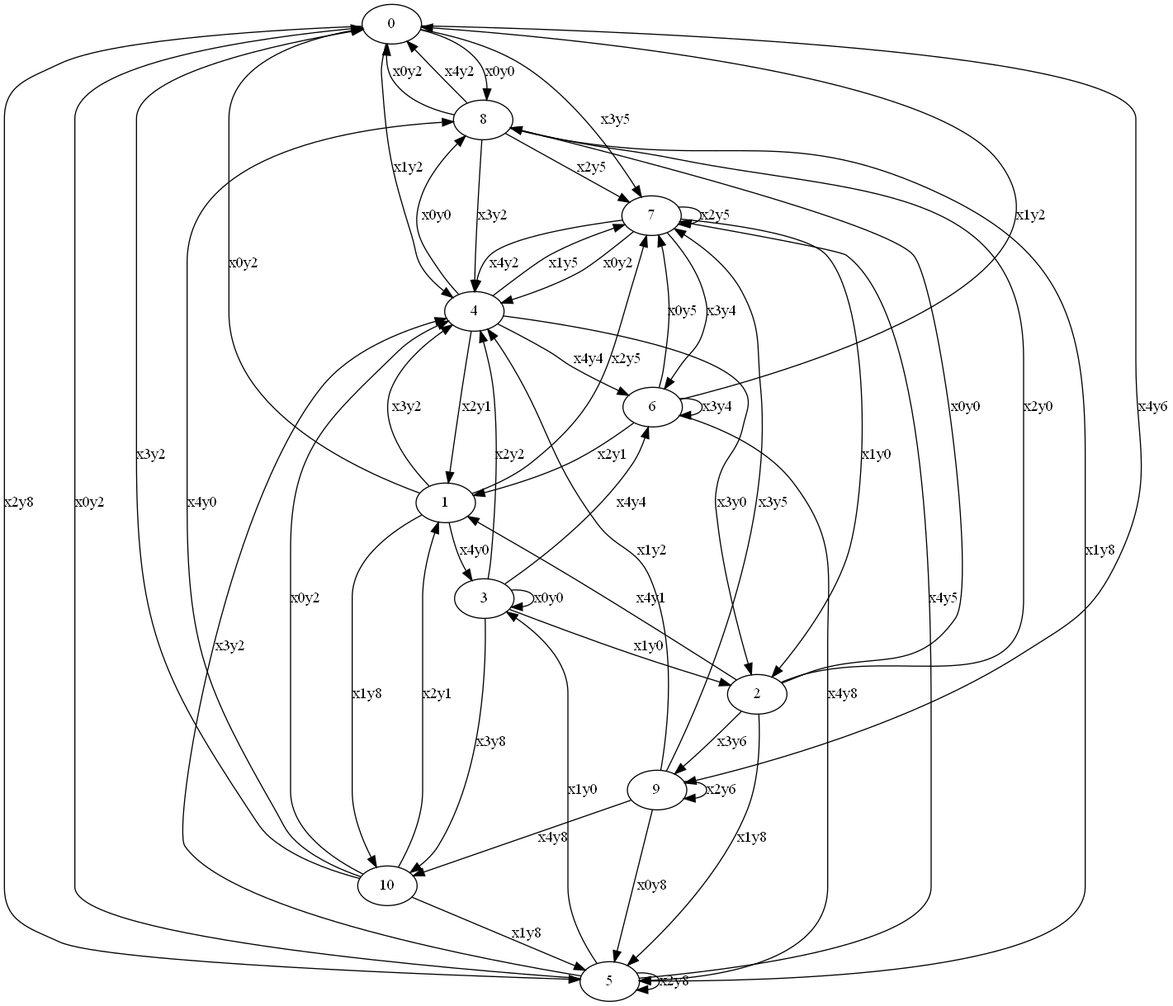
This is transfer/graph.png from waslost0/tafl, a Graphviz export, as it was before one commit. Its source is kept beside it as transfer/graph.dot.
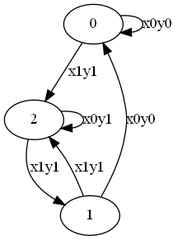
After the commit.

Commit message:
delete draw graph

The edit, as a diff of the source:
```diff
@@ -1,57 +1,26 @@
 digraph {
-	0 -> 8[label=x0y0];
+	0 -> 9[label=x0y2];
 	0 -> 4[label=x1y2];
-	0 -> 5[label=x2y8];
-	0 -> 7[label=x3y5];
-	0 -> 9[label=x4y6];
-	1 -> 0[label=x0y2];
-	1 -> 10[label=x1y8];
-	1 -> 7[label=x2y5];
-	1 -> 4[label=x3y2];
-	1 -> 3[label=x4y0];
-	2 -> 8[label=x0y0];
-	2 -> 5[label=x1y8];
-	2 -> 8[label=x2y0];
-	2 -> 9[label=x3y6];
-	2 -> 1[label=x4y1];
-	3 -> 3[label=x0y0];
-	3 -> 2[label=x1y0];
-	3 -> 4[label=x2y2];
-	3 -> 10[label=x3y8];
-	3 -> 6[label=x4y4];
-	4 -> 8[label=x0y0];
-	4 -> 7[label=x1y5];
-	4 -> 1[label=x2y1];
-	4 -> 2[label=x3y0];
-	4 -> 6[label=x4y4];
-	5 -> 0[label=x0y2];
-	5 -> 3[label=x1y0];
-	5 -> 5[label=x2y8];
-	5 -> 4[label=x3y2];
-	5 -> 7[label=x4y5];
-	6 -> 7[label=x0y5];
-	6 -> 0[label=x1y2];
-	6 -> 1[label=x2y1];
-	6 -> 6[label=x3y4];
-	6 -> 5[label=x4y8];
-	7 -> 4[label=x0y2];
-	7 -> 2[label=x1y0];
-	7 -> 7[label=x2y5];
-	7 -> 6[label=x3y4];
-	7 -> 4[label=x4y2];
-	8 -> 0[label=x0y2];
-	8 -> 5[label=x1y8];
-	8 -> 7[label=x2y5];
-	8 -> 4[label=x3y2];
-	8 -> 0[label=x4y2];
-	9 -> 5[label=x0y8];
-	9 -> 4[label=x1y2];
-	9 -> 9[label=x2y6];
-	9 -> 7[label=x3y5];
-	9 -> 10[label=x4y8];
+	1 -> 11[label=x0y1];
+	1 -> 6[label=x1y2];
+	2 -> 4[label=x0y2];
+	2 -> 5[label=x1y2];
+	3 -> 6[label=x0y2];
+	3 -> 10[label=x1y2];
+	4 -> 2[label=x0y0];
+	4 -> 8[label=x1y2];
+	5 -> 6[label=x0y2];
+	5 -> 10[label=x1y2];
+	6 -> 2[label=x0y0];
+	6 -> 5[label=x1y2];
+	7 -> 9[label=x0y2];
+	7 -> 3[label=x1y2];
+	8 -> 6[label=x0y2];
+	8 -> 5[label=x1y2];
+	9 -> 0[label=x0y0];
+	9 -> 7[label=x1y0];
 	10 -> 4[label=x0y2];
-	10 -> 5[label=x1y8];
-	10 -> 1[label=x2y1];
-	10 -> 0[label=x3y2];
-	10 -> 8[label=x4y0];
+	10 -> 8[label=x1y2];
+	11 -> 1[label=x0y1];
+	11 -> 7[label=x1y0];
 }
```
